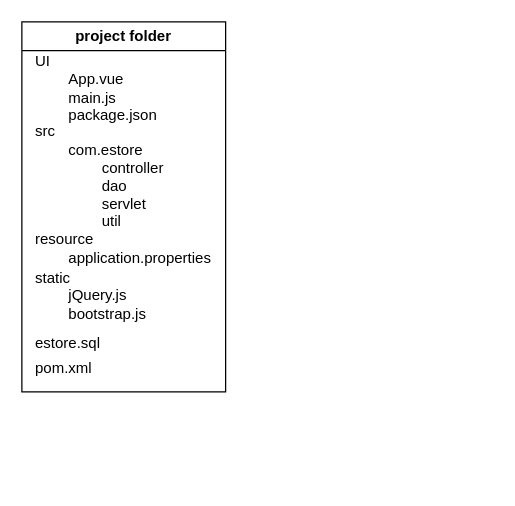
Earlier version of the draw.io diagram method.drawio (PAL4JavaWeb/homework). Source tidied: cells renumbered, new cells numbered last; positions are measured from the earlier drawing's top-left corner, leaving out a move shared by most shapes. Both pictures are drawn from the tidied source at 125%, with x=0, y=0 at pixel (21, 21).
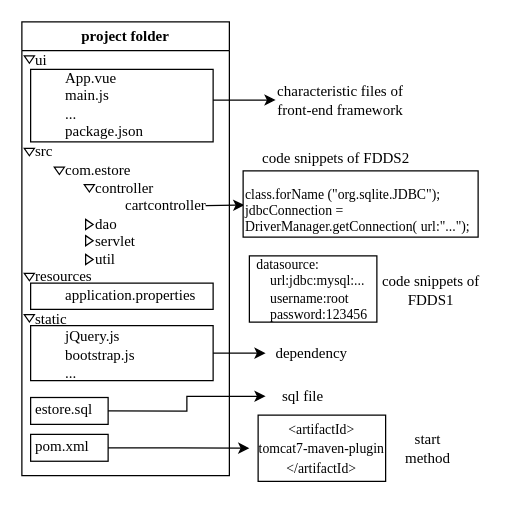
After the change.

The edit, as a diff of the source:
```diff
@@
-    <mxCell id="2" value="project folder" style="swimlane;whiteSpace=wrap;html=1;" parent="1" vertex="1">
-      <mxGeometry width="163" height="296" as="geometry" />
+    <mxCell id="2" value="project folder" style="swimlane;whiteSpace=wrap;html=1;fontFamily=Times New Roman;" parent="1" vertex="1">
+      <mxGeometry width="166" height="363" as="geometry" />
     </mxCell>
+    <mxCell id="9" style="rounded=0;whiteSpace=wrap;html=1;fillColor=none;fontFamily=Times New Roman;" parent="2" vertex="1">
+      <mxGeometry x="7" y="243" width="146" height="44" as="geometry" />
+    </mxCell>
+    <mxCell id="10" value="&lt;div&gt;&lt;br&gt;&lt;/div&gt;&lt;div&gt;&lt;br&gt;&lt;/div&gt;" style="rounded=0;whiteSpace=wrap;html=1;fillColor=none;fontFamily=Times New Roman;" parent="2" vertex="1">
+      <mxGeometry x="7" y="38" width="146" height="58" as="geometry" />
+    </mxCell>
+    <mxCell id="8" value="estore.sql" style="text;html=1;align=left;verticalAlign=middle;whiteSpace=wrap;rounded=0;fontFamily=Times New Roman;" parent="2" vertex="1">
+      <mxGeometry x="9" y="295" width="60" height="30" as="geometry" />
+    </mxCell>
-    <mxCell id="3" value="resource&lt;div&gt;&lt;span style=&quot;white-space: pre;&quot;&gt;&#9;&lt;/span&gt;&lt;span style=&quot;background-color: initial;&quot;&gt;application.properties&lt;/span&gt;&lt;br&gt;&lt;/div&gt;" style="text;html=1;align=left;verticalAlign=middle;whiteSpace=wrap;rounded=0;" parent="2" vertex="1">
-      <mxGeometry x="9" y="166" width="60" height="30" as="geometry" />
+    <mxCell id="3" value="resources&lt;div&gt;&lt;span style=&quot;white-space: pre;&quot;&gt;&#9;&lt;/span&gt;&lt;span style=&quot;background-color: initial;&quot;&gt;application.properties&lt;/span&gt;&lt;br&gt;&lt;/div&gt;" style="text;html=1;align=left;verticalAlign=middle;whiteSpace=wrap;rounded=0;fontFamily=Times New Roman;" parent="2" vertex="1">
+      <mxGeometry x="9" y="196" width="144" height="30" as="geometry" />
     </mxCell>
-    <mxCell id="4" value="&lt;div&gt;UI&lt;/div&gt;&lt;span style=&quot;white-space: pre;&quot;&gt;&#9;&lt;/span&gt;App.vue&lt;div&gt;&lt;span style=&quot;white-space: pre;&quot;&gt;&#9;&lt;/span&gt;main.js&lt;/div&gt;&lt;div&gt;&lt;span style=&quot;white-space: pre;&quot;&gt;&#9;&lt;/span&gt;package.json&lt;/div&gt;" style="text;html=1;align=left;verticalAlign=middle;whiteSpace=wrap;rounded=0;" parent="2" vertex="1">
-      <mxGeometry x="9" y="38" width="60" height="30" as="geometry" />
+    <mxCell id="4" value="&lt;div&gt;ui&lt;/div&gt;&lt;span style=&quot;white-space: pre;&quot;&gt;&#9;&lt;/span&gt;App.vue&lt;div&gt;&lt;span style=&quot;white-space: pre;&quot;&gt;&#9;&lt;/span&gt;main.js&lt;/div&gt;&lt;div&gt;&lt;span style=&quot;white-space: pre;&quot;&gt;&#9;&lt;/span&gt;...&lt;/div&gt;&lt;div&gt;&lt;span style=&quot;white-space: pre;&quot;&gt;&#9;&lt;/span&gt;package.json&lt;/div&gt;" style="text;html=1;align=left;verticalAlign=middle;whiteSpace=wrap;rounded=0;fontFamily=Times New Roman;" parent="2" vertex="1">
+      <mxGeometry x="9" y="44" width="60" height="30" as="geometry" />
     </mxCell>
-    <mxCell id="5" value="&lt;div&gt;src&lt;/div&gt;&lt;span style=&quot;white-space: pre;&quot;&gt;&#9;&lt;/span&gt;com.estore&lt;div&gt;&lt;span style=&quot;white-space: pre;&quot;&gt;&#9;&lt;span style=&quot;white-space: pre;&quot;&gt;&#9;&lt;/span&gt;&lt;/span&gt;&lt;span style=&quot;background-color: initial;&quot;&gt;controller&lt;/span&gt;&lt;/div&gt;&lt;div&gt;&lt;span style=&quot;white-space: pre;&quot;&gt;&#9;&lt;span style=&quot;white-space: pre;&quot;&gt;&#9;&lt;/span&gt;&lt;/span&gt;dao&lt;/div&gt;&lt;div&gt;&lt;span style=&quot;white-space: pre;&quot;&gt;&#9;&lt;span style=&quot;white-space: pre;&quot;&gt;&#9;&lt;/span&gt;&lt;/span&gt;servlet&lt;/div&gt;&lt;div&gt;&lt;span style=&quot;white-space: pre;&quot;&gt;&#9;&lt;span style=&quot;white-space: pre;&quot;&gt;&#9;&lt;/span&gt;&lt;/span&gt;util&lt;/div&gt;" style="text;html=1;align=left;verticalAlign=middle;whiteSpace=wrap;rounded=0;" parent="2" vertex="1">
-      <mxGeometry x="9" y="109" width="60" height="30" as="geometry" />
+    <mxCell id="5" value="&lt;div&gt;src&lt;/div&gt;&lt;span style=&quot;white-space: pre;&quot;&gt;&#9;&lt;/span&gt;com.estore&lt;div&gt;&lt;span style=&quot;white-space: pre;&quot;&gt;&#9;&lt;span style=&quot;white-space: pre;&quot;&gt;&#9;&lt;/span&gt;&lt;/span&gt;&lt;span style=&quot;background-color: initial;&quot;&gt;controller&lt;/span&gt;&lt;/div&gt;&lt;div&gt;&lt;span style=&quot;background-color: initial;&quot;&gt;&lt;span style=&quot;white-space: pre;&quot;&gt;&#9;&lt;/span&gt;&lt;span style=&quot;white-space: pre;&quot;&gt;&#9;&lt;/span&gt;&lt;span style=&quot;white-space: pre;&quot;&gt;&#9;&lt;/span&gt;cartcontroller&lt;br&gt;&lt;/span&gt;&lt;/div&gt;&lt;div&gt;&lt;span style=&quot;white-space: pre;&quot;&gt;&#9;&lt;span style=&quot;white-space: pre;&quot;&gt;&#9;&lt;/span&gt;&lt;/span&gt;dao&lt;/div&gt;&lt;div&gt;&lt;span style=&quot;white-space: pre;&quot;&gt;&#9;&lt;span style=&quot;white-space: pre;&quot;&gt;&#9;&lt;/span&gt;&lt;/span&gt;servlet&lt;/div&gt;&lt;div&gt;&lt;span style=&quot;white-space: pre;&quot;&gt;&#9;&lt;span style=&quot;white-space: pre;&quot;&gt;&#9;&lt;/span&gt;&lt;/span&gt;util&lt;/div&gt;" style="text;html=1;align=left;verticalAlign=middle;whiteSpace=wrap;rounded=0;fontFamily=Times New Roman;" parent="2" vertex="1">
+      <mxGeometry x="9" y="132" width="60" height="30" as="geometry" />
     </mxCell>
-    <mxCell id="6" value="static&lt;div&gt;&lt;span style=&quot;white-space: pre;&quot;&gt;&#9;&lt;/span&gt;&lt;span style=&quot;background-color: initial;&quot;&gt;jQuery.js&lt;/span&gt;&lt;br&gt;&lt;/div&gt;&lt;div&gt;&lt;span style=&quot;white-space: pre;&quot;&gt;&#9;&lt;/span&gt;bootstrap.js&lt;/div&gt;" style="text;html=1;align=left;verticalAlign=middle;whiteSpace=wrap;rounded=0;" parent="2" vertex="1">
-      <mxGeometry x="9" y="204" width="60" height="30" as="geometry" />
+    <mxCell id="6" value="static&lt;div&gt;&lt;span style=&quot;white-space: pre;&quot;&gt;&#9;&lt;/span&gt;&lt;span style=&quot;background-color: initial;&quot;&gt;jQuery.js&lt;/span&gt;&lt;br&gt;&lt;/div&gt;&lt;div&gt;&lt;span style=&quot;white-space: pre;&quot;&gt;&#9;&lt;/span&gt;bootstrap.js&lt;/div&gt;&lt;div&gt;&lt;span style=&quot;white-space: pre;&quot;&gt;&#9;&lt;/span&gt;...&lt;br&gt;&lt;/div&gt;" style="text;html=1;align=left;verticalAlign=middle;whiteSpace=wrap;rounded=0;fontFamily=Times New Roman;" parent="2" vertex="1">
+      <mxGeometry x="9" y="244" width="60" height="30" as="geometry" />
     </mxCell>
-    <mxCell id="7" value="pom.xml" style="text;html=1;align=left;verticalAlign=middle;whiteSpace=wrap;rounded=0;" parent="2" vertex="1">
-      <mxGeometry x="9" y="262" width="60" height="30" as="geometry" />
+    <mxCell id="7" value="pom.xml" style="text;html=1;align=left;verticalAlign=middle;whiteSpace=wrap;rounded=0;fontFamily=Times New Roman;" parent="2" vertex="1">
+      <mxGeometry x="9" y="325" width="60" height="30" as="geometry" />
     </mxCell>
-    <mxCell id="8" value="estore.sql" style="text;html=1;align=left;verticalAlign=middle;whiteSpace=wrap;rounded=0;" parent="2" vertex="1">
-      <mxGeometry x="9" y="242" width="60" height="30" as="geometry" />
-    </mxCell>
+    <mxCell id="11" style="rounded=0;whiteSpace=wrap;html=1;fillColor=none;fontFamily=Times New Roman;" parent="2" vertex="1">
+      <mxGeometry x="7" y="300.5" width="62" height="21.5" as="geometry" />
+    </mxCell>
+    <mxCell id="12" style="rounded=0;whiteSpace=wrap;html=1;fillColor=none;fontFamily=Times New Roman;" parent="2" vertex="1">
+      <mxGeometry x="7" y="330" width="62" height="21.5" as="geometry" />
+    </mxCell>
+    <mxCell id="13" style="rounded=0;whiteSpace=wrap;html=1;fillColor=none;fontFamily=Times New Roman;" parent="2" vertex="1">
+      <mxGeometry x="7" y="209" width="146" height="21" as="geometry" />
+    </mxCell>
+    <mxCell id="14" style="endArrow=classic;html=1;rounded=0;" parent="2" edge="1">
+      <mxGeometry relative="1" as="geometry">
+        <mxPoint x="147" y="147" as="sourcePoint" />
+        <mxPoint x="178" y="146.6" as="targetPoint" />
+      </mxGeometry>
+    </mxCell>
+    <mxCell id="15" style="verticalLabelPosition=bottom;verticalAlign=top;html=1;shape=mxgraph.basic.acute_triangle;dx=0.5;rotation=-180;fontFamily=Times New Roman;" parent="1" vertex="1">
+      <mxGeometry x="1.9" y="27.1" width="8.2" height="6" as="geometry" />
+    </mxCell>
+    <mxCell id="16" style="verticalLabelPosition=bottom;verticalAlign=top;html=1;shape=mxgraph.basic.acute_triangle;dx=0.5;rotation=-180;fontFamily=Times New Roman;" parent="1" vertex="1">
+      <mxGeometry x="1.9" y="101.1" width="8.2" height="6" as="geometry" />
+    </mxCell>
+    <mxCell id="17" style="verticalLabelPosition=bottom;verticalAlign=top;html=1;shape=mxgraph.basic.acute_triangle;dx=0.5;rotation=-180;fontFamily=Times New Roman;" parent="1" vertex="1">
+      <mxGeometry x="25.9" y="116.1" width="8.2" height="6" as="geometry" />
+    </mxCell>
+    <mxCell id="18" style="verticalLabelPosition=bottom;verticalAlign=top;html=1;shape=mxgraph.basic.acute_triangle;dx=0.5;rotation=-180;fontFamily=Times New Roman;" parent="1" vertex="1">
+      <mxGeometry x="49.9" y="130.1" width="8.2" height="6" as="geometry" />
+    </mxCell>
+    <mxCell id="19" style="verticalLabelPosition=bottom;verticalAlign=top;html=1;shape=mxgraph.basic.acute_triangle;dx=0.5;rotation=90;fontFamily=Times New Roman;" parent="1" vertex="1">
+      <mxGeometry x="49.9" y="159.1" width="8.2" height="6" as="geometry" />
+    </mxCell>
+    <mxCell id="20" style="verticalLabelPosition=bottom;verticalAlign=top;html=1;shape=mxgraph.basic.acute_triangle;dx=0.5;rotation=90;fontFamily=Times New Roman;" parent="1" vertex="1">
+      <mxGeometry x="49.9" y="172.1" width="8.2" height="6" as="geometry" />
+    </mxCell>
+    <mxCell id="21" style="verticalLabelPosition=bottom;verticalAlign=top;html=1;shape=mxgraph.basic.acute_triangle;dx=0.5;rotation=90;fontFamily=Times New Roman;" parent="1" vertex="1">
+      <mxGeometry x="49.9" y="187.1" width="8.2" height="6" as="geometry" />
+    </mxCell>
+    <mxCell id="22" style="verticalLabelPosition=bottom;verticalAlign=top;html=1;shape=mxgraph.basic.acute_triangle;dx=0.5;rotation=-180;fontFamily=Times New Roman;" parent="1" vertex="1">
+      <mxGeometry x="1.9" y="201.1" width="8.2" height="6" as="geometry" />
+    </mxCell>
+    <mxCell id="23" style="verticalLabelPosition=bottom;verticalAlign=top;html=1;shape=mxgraph.basic.acute_triangle;dx=0.5;rotation=-180;fontFamily=Times New Roman;" parent="1" vertex="1">
+      <mxGeometry x="1.9" y="234.1" width="8.2" height="6" as="geometry" />
+    </mxCell>
+    <mxCell id="24" style="edgeStyle=orthogonalEdgeStyle;rounded=0;jettySize=auto;html=1;exitX=1;exitY=0.5;exitDx=0;exitDy=0;entryX=0;entryY=0.5;entryDx=0;entryDy=0;fontFamily=Times New Roman;" parent="1" edge="1" source="12" target="31">
+      <mxGeometry relative="1" as="geometry" />
+    </mxCell>
+    <mxCell id="25" style="verticalLabelPosition=bottom;verticalAlign=top;html=1;shape=mxgraph.basic.rect;fillColor2=none;strokeWidth=1;size=20;indent=5;fontFamily=Times New Roman;" parent="1" vertex="1">
+      <mxGeometry x="189" y="314.5" width="102" height="53" as="geometry" />
+    </mxCell>
+    <mxCell id="26" style="verticalLabelPosition=bottom;verticalAlign=top;html=1;shape=mxgraph.basic.rect;fillColor2=none;strokeWidth=1;size=20;indent=5;fontFamily=Times New Roman;" parent="1" vertex="1">
+      <mxGeometry x="182" y="187.1" width="102" height="53" as="geometry" />
+    </mxCell>
+    <mxCell id="27" value="characteristic files of front-end framework" style="text;html=1;align=center;verticalAlign=middle;whiteSpace=wrap;rounded=0;fontFamily=Times New Roman;" parent="1" vertex="1">
+      <mxGeometry x="195" y="48" width="119.5" height="30" as="geometry" />
+    </mxCell>
+    <mxCell id="28" style="verticalLabelPosition=bottom;verticalAlign=top;html=1;shape=mxgraph.basic.rect;fillColor2=none;strokeWidth=1;size=20;indent=5;fontFamily=Times New Roman;" parent="1" vertex="1">
+      <mxGeometry x="177" y="119.1" width="188" height="53" as="geometry" />
+    </mxCell>
+    <mxCell id="29" style="endArrow=classic;html=1;rounded=0;fontFamily=Times New Roman;" parent="1" edge="1">
+      <mxGeometry relative="1" as="geometry">
+        <mxPoint x="153" y="62.5" as="sourcePoint" />
+        <mxPoint x="203" y="62.5" as="targetPoint" />
+      </mxGeometry>
+    </mxCell>
+    <mxCell id="30" value="dependency" style="text;html=1;align=center;verticalAlign=middle;whiteSpace=wrap;rounded=0;fontFamily=Times New Roman;" parent="1" vertex="1">
+      <mxGeometry x="195" y="251" width="74" height="28" as="geometry" />
+    </mxCell>
+    <mxCell id="31" value="&lt;p style=&quot;line-height: 40%; font-size: 11px;&quot; class=&quot;MsoNormal&quot;&gt;&lt;span style=&quot;font-size: 11px;&quot;&gt;&lt;font style=&quot;font-size: 11px;&quot;&gt;&amp;lt;artifactId&amp;gt;&lt;/font&gt;&lt;/span&gt;&lt;/p&gt;&lt;p style=&quot;line-height: 40%; font-size: 11px;&quot; class=&quot;MsoNormal&quot;&gt;&lt;span style=&quot;font-size: 11px;&quot;&gt;&lt;font style=&quot;font-size: 11px;&quot;&gt;tomcat7-maven-plugin&lt;/font&gt;&lt;/span&gt;&lt;/p&gt;&lt;p style=&quot;line-height: 40%; font-size: 11px;&quot; class=&quot;MsoNormal&quot;&gt;&lt;span style=&quot;font-size: 11px;&quot;&gt;&lt;font style=&quot;font-size: 11px;&quot;&gt;&amp;lt;/artifactId&amp;gt;&lt;/font&gt;&lt;/span&gt;&lt;span style=&quot;font-size: 11px;&quot;&gt;&lt;/span&gt;&lt;/p&gt;" style="text;html=1;align=center;verticalAlign=middle;whiteSpace=wrap;rounded=0;fontSize=11;fontFamily=Times New Roman;" parent="1" vertex="1">
+      <mxGeometry x="182" y="320.3" width="116" height="41.5" as="geometry" />
+    </mxCell>
+    <mxCell id="32" value="sql file" style="text;html=1;align=center;verticalAlign=middle;whiteSpace=wrap;rounded=0;fontFamily=Times New Roman;" parent="1" vertex="1">
+      <mxGeometry x="195" y="284.5" width="60" height="30" as="geometry" />
+    </mxCell>
+    <mxCell id="33" style="edgeStyle=orthogonalEdgeStyle;rounded=0;jettySize=auto;html=1;exitX=1;exitY=0.5;exitDx=0;exitDy=0;fontFamily=Times New Roman;" parent="1" edge="1" source="11" target="32">
+      <mxGeometry relative="1" as="geometry" />
+    </mxCell>
+    <mxCell id="34" style="edgeStyle=orthogonalEdgeStyle;rounded=0;jettySize=auto;html=1;exitX=1;exitY=0.5;exitDx=0;exitDy=0;entryX=0;entryY=0.5;entryDx=0;entryDy=0;fontFamily=Times New Roman;" parent="1" edge="1" source="9" target="30">
+      <mxGeometry relative="1" as="geometry" />
+    </mxCell>
+    <mxCell id="35" value="&lt;div style=&quot;font-size: 11px;&quot;&gt;&lt;font style=&quot;font-size: 11px;&quot;&gt;&amp;nbsp; &amp;nbsp; datasource:&lt;/font&gt;&lt;/div&gt;&lt;div style=&quot;font-size: 11px;&quot;&gt;&lt;font style=&quot;font-size: 11px;&quot;&gt;&amp;nbsp; &amp;nbsp; &amp;nbsp; &amp;nbsp; url:jdbc:mysql:...&lt;/font&gt;&lt;/div&gt;&lt;div style=&quot;font-size: 11px;&quot;&gt;&lt;font style=&quot;font-size: 11px;&quot;&gt;&amp;nbsp; &amp;nbsp; &amp;nbsp; &amp;nbsp; username:root&lt;/font&gt;&lt;/div&gt;&lt;div style=&quot;font-size: 11px;&quot;&gt;&lt;font style=&quot;font-size: 11px;&quot;&gt;&amp;nbsp; &amp;nbsp; &amp;nbsp; &amp;nbsp; password:123456&lt;/font&gt;&lt;/div&gt;" style="text;html=1;align=left;verticalAlign=middle;whiteSpace=wrap;rounded=0;fontFamily=Times New Roman;" parent="1" vertex="1">
+      <mxGeometry x="175.2" y="172.6" width="105.5" height="82" as="geometry" />
+    </mxCell>
+    <mxCell id="36" value="&lt;div style=&quot;font-size: 11px;&quot;&gt;class.forName (&quot;org.sqlite.JDBC&quot;);&lt;/div&gt;&lt;div style=&quot;font-size: 11px;&quot;&gt;jdbcConnection = DriverManager.getConnection( url:&quot;...&quot;);&lt;/div&gt;" style="text;html=1;align=left;verticalAlign=middle;whiteSpace=wrap;rounded=0;fontSize=11;fontFamily=Times New Roman;" parent="1" vertex="1">
+      <mxGeometry x="177" y="126.6" width="182.5" height="48.4" as="geometry" />
+    </mxCell>
+    <mxCell id="37" value="start method" style="text;html=1;align=center;verticalAlign=middle;whiteSpace=wrap;rounded=0;fontFamily=Times New Roman;" parent="1" vertex="1">
+      <mxGeometry x="298" y="327.6" width="54" height="26.8" as="geometry" />
+    </mxCell>
+    <mxCell id="38" value="code snippets of FDDS2" style="text;html=1;align=center;verticalAlign=middle;whiteSpace=wrap;rounded=0;fontFamily=Times New Roman;" parent="1" vertex="1">
+      <mxGeometry x="189" y="98.3" width="125" height="20.9" as="geometry" />
+    </mxCell>
+    <mxCell id="39" value="code snippets of FDDS1" style="text;html=1;align=center;verticalAlign=middle;whiteSpace=wrap;rounded=0;fontFamily=Times New Roman;" parent="1" vertex="1">
+      <mxGeometry x="278" y="201.1" width="99" height="27.9" as="geometry" />
+    </mxCell>
```
